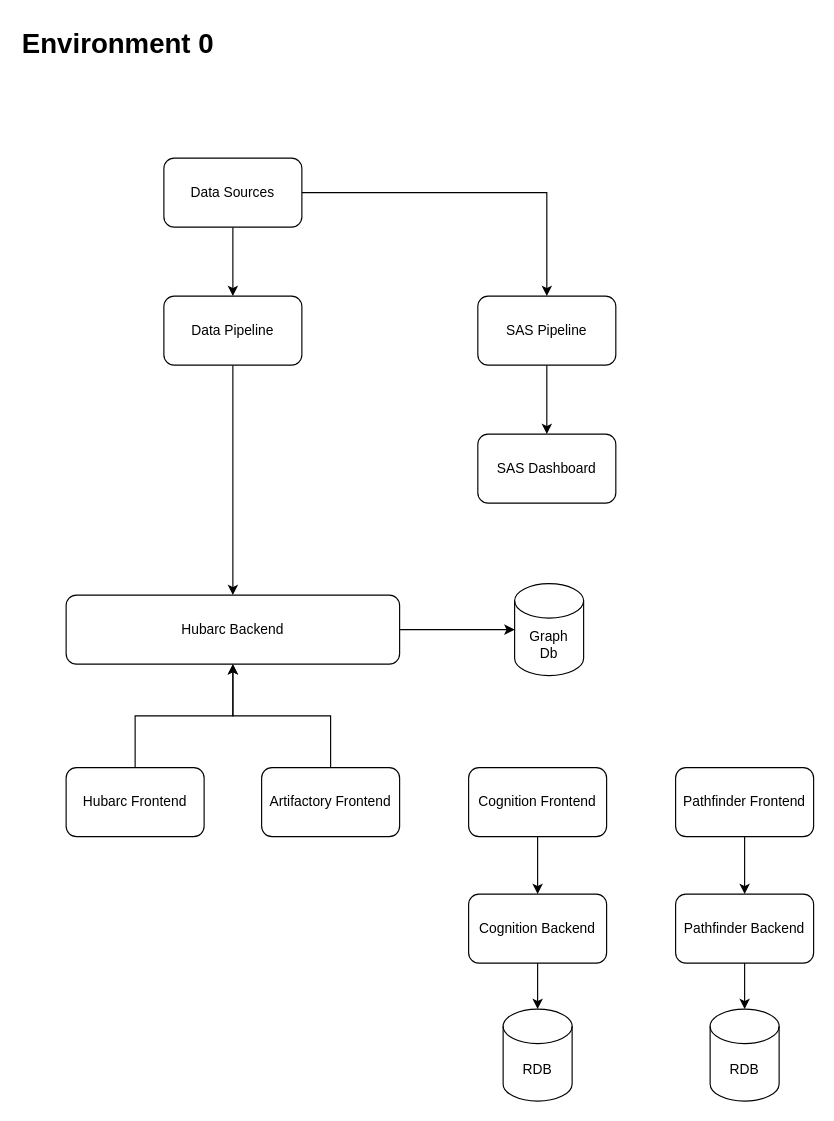
The draw.io diagram darkstar-proposal-diagram-3.drawio in jonny-dungeons/diagrams, before the edit. Source tidied: cells renumbered, new cells numbered last; positions are measured from the earlier drawing's top-left corner, leaving out a move shared by most shapes. Both pictures are drawn from the tidied source at 115%, with x=0, y=0 at pixel (20, 20).
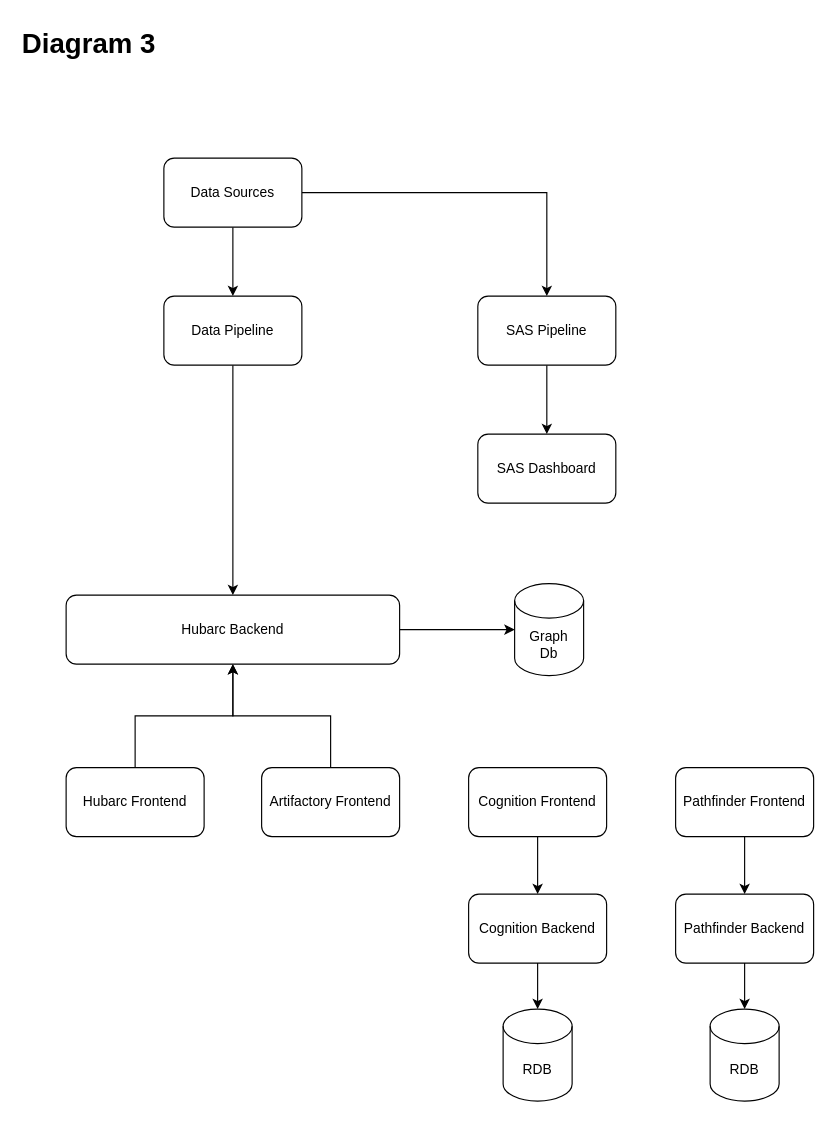
After the change.

Diff of the diagram source:
```diff
@@
-    <mxCell id="27" value="&lt;h1 style=&quot;margin-top: 0px;&quot;&gt;Environment 0&lt;/h1&gt;" style="text;html=1;whiteSpace=wrap;overflow=hidden;rounded=0;" parent="1" vertex="1">
+    <mxCell id="27" value="&lt;h1 style=&quot;margin-top: 0px;&quot;&gt;Diagram 3&lt;/h1&gt;" style="text;html=1;whiteSpace=wrap;overflow=hidden;rounded=0;" parent="1" vertex="1">
       <mxGeometry width="630" height="40" as="geometry" />
     </mxCell>
```
